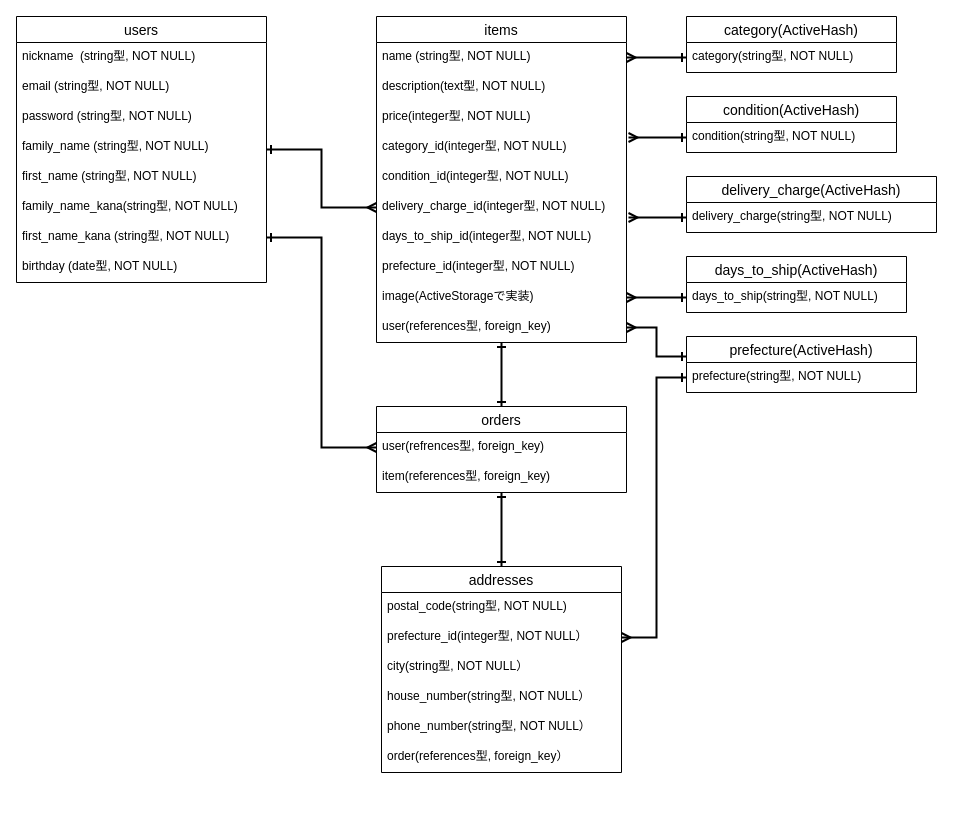
Above: ER図.dio in akira30866/furima-30866 (draw.io), before the change. Source tidied: cells renumbered, new cells numbered last; positions are measured from the earlier drawing's top-left corner, leaving out a move shared by most shapes. Both pictures are drawn from the tidied source at 100%, with x=0, y=0 at pixel (16, 16).
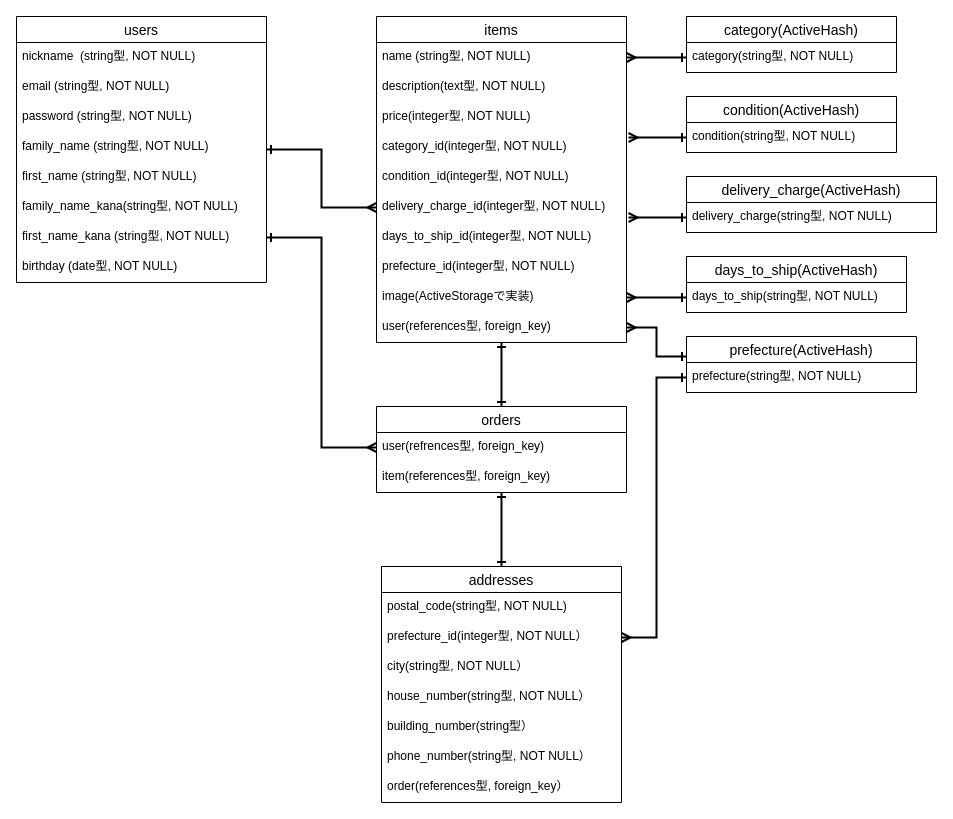
The same diagram, later.

Commit message (it also covers changes not shown here):
ER図・READMEの修正

adressesテーブルに建物番号(building_number)を追記しました

Change to the diagram source:
```diff
@@
     <mxCell id="35" value="addresses" style="swimlane;fontStyle=0;horizontal=1;startSize=26;align=center;fontSize=14;" parent="1" vertex="1">
-      <mxGeometry x="365" y="550" width="240" height="206" as="geometry" />
+      <mxGeometry x="365" y="550" width="240" height="236" as="geometry" />
     </mxCell>
@@
+    <mxCell id="52" value="house_number(string型, NOT NULL）" style="text;strokeColor=none;fillColor=none;spacingLeft=4;spacingRight=4;overflow=hidden;fontSize=12;" parent="35" vertex="1">
+      <mxGeometry y="116" width="240" height="30" as="geometry" />
+    </mxCell>
-    <mxCell id="39" value="house_number(string型, NOT NULL）" style="text;strokeColor=none;fillColor=none;spacingLeft=4;spacingRight=4;overflow=hidden;fontSize=12;" parent="35" vertex="1">
-      <mxGeometry y="116" width="240" height="30" as="geometry" />
+    <mxCell id="39" value="building_number(string型）" style="text;strokeColor=none;fillColor=none;spacingLeft=4;spacingRight=4;overflow=hidden;fontSize=12;" parent="35" vertex="1">
+      <mxGeometry y="146" width="240" height="30" as="geometry" />
     </mxCell>
     <mxCell id="40" value="phone_number(string型, NOT NULL）" style="text;strokeColor=none;fillColor=none;spacingLeft=4;spacingRight=4;overflow=hidden;fontSize=12;" parent="35" vertex="1">
-      <mxGeometry y="146" width="240" height="30" as="geometry" />
+      <mxGeometry y="176" width="240" height="30" as="geometry" />
     </mxCell>
     <mxCell id="41" value="order(references型, foreign_key）" style="text;strokeColor=none;fillColor=none;spacingLeft=4;spacingRight=4;overflow=hidden;fontSize=12;" parent="35" vertex="1">
-      <mxGeometry y="176" width="240" height="30" as="geometry" />
+      <mxGeometry y="206" width="240" height="30" as="geometry" />
     </mxCell>
```
